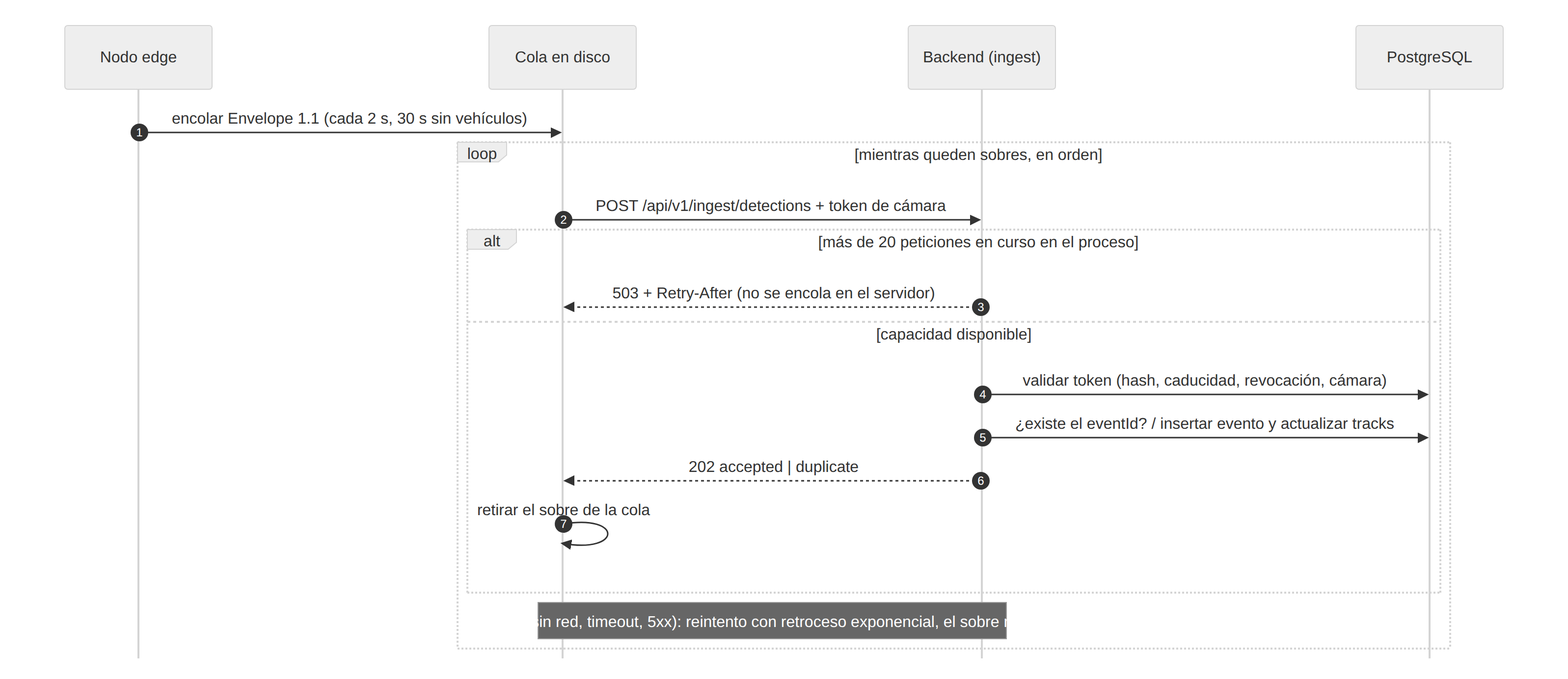
This is assets/diagramas/secuencia-ingestion.png from cfvizcaino/py_vigia, a Mermaid export, as it was before one commit. Its source is kept beside it as assets/diagramas/secuencia-ingestion.mmd. The source it was exported from:
```mermaid
sequenceDiagram
  autonumber
  participant N as Nodo edge
  participant Q as Cola en disco
  participant B as Backend (ingest)
  participant DB as PostgreSQL
  N->>Q: encolar Envelope 1.1 (cada 2 s, 30 s sin vehículos)
  loop mientras queden sobres, en orden
    Q->>B: POST /api/v1/ingest/detections + token de cámara
    alt más de 20 peticiones en curso en el proceso
      B-->>Q: 503 + Retry-After (no se encola en el servidor)
    else capacidad disponible
      B->>DB: validar token (hash, caducidad, revocación, cámara)
      B->>DB: ¿existe el eventId? / insertar evento y actualizar tracks
      B-->>Q: 202 accepted | duplicate
      Q->>Q: retirar el sobre de la cola
    end
    Note over Q,B: sin acuse (sin red, timeout, 5xx): reintento con retroceso exponencial, el sobre no se pierde
  end
```
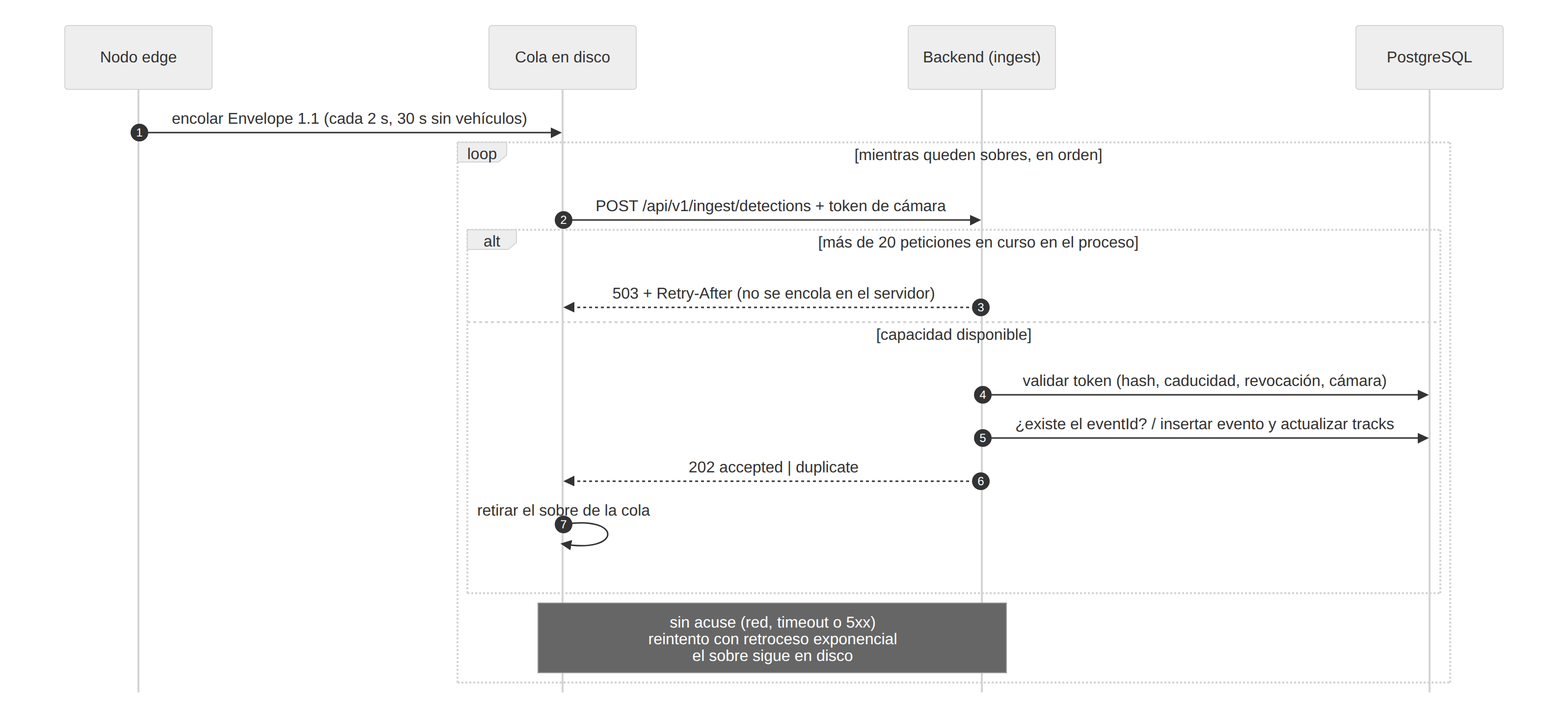
Above is the later version.

Commit message:
docs(informe): nota completa en la secuencia de ingestión

What changed in the source:
```diff
@@ -15,5 +15,5 @@
       B-->>Q: 202 accepted | duplicate
       Q->>Q: retirar el sobre de la cola
     end
-    Note over Q,B: sin acuse (sin red, timeout, 5xx): reintento con retroceso exponencial, el sobre no se pierde
+    Note over Q,B: sin acuse (red, timeout o 5xx)<br/>reintento con retroceso exponencial<br/>el sobre sigue en disco
   end
```
